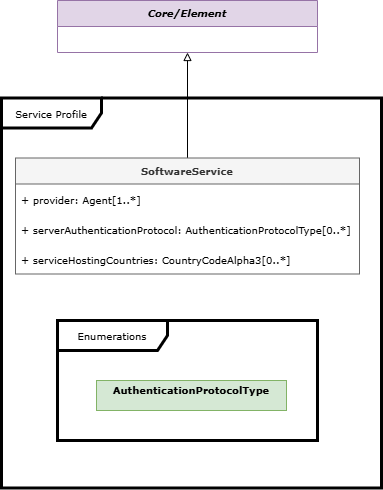
Earlier version of the draw.io export images/model-Service.png (spdx/spdx-3-model). Source tidied: cells renumbered, new cells last; positions are measured from the earlier drawing's top-left corner, leaving out a move shared by most shapes.
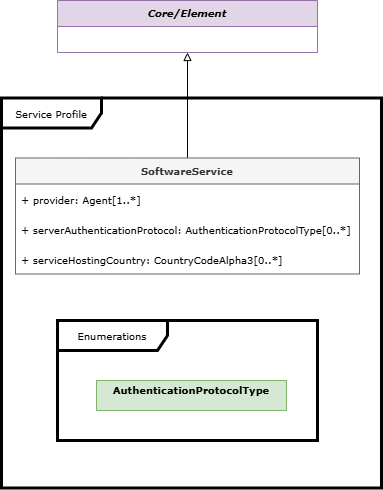
Later version of the same file.

Commit message:
Update diagrams per review comments

What changed in the source:
```diff
@@ -20,7 +20,7 @@
     <mxCell id="7" value="+ serverAuthenticationProtocol:&amp;nbsp;AuthenticationProtocolType[0..*]" style="text;strokeColor=none;fillColor=none;align=left;verticalAlign=middle;spacingLeft=4;spacingRight=4;overflow=hidden;whiteSpace=wrap;html=1;fontFamily=Verdana;fontSize=10;" parent="5" vertex="1">
       <mxGeometry y="56" width="344" height="30" as="geometry" />
     </mxCell>
-    <mxCell id="8" value="+ serviceHostingCountries: CountryCodeAlpha3[0..*]" style="text;strokeColor=none;fillColor=none;align=left;verticalAlign=middle;spacingLeft=4;spacingRight=4;overflow=hidden;whiteSpace=wrap;html=1;fontFamily=Verdana;fontSize=10;" parent="5" vertex="1">
+    <mxCell id="8" value="+ serviceHostingCountry: CountryCodeAlpha3[0..*]" style="text;strokeColor=none;fillColor=none;align=left;verticalAlign=middle;spacingLeft=4;spacingRight=4;overflow=hidden;whiteSpace=wrap;html=1;fontFamily=Verdana;fontSize=10;" parent="5" vertex="1">
       <mxGeometry y="86" width="344" height="30" as="geometry" />
     </mxCell>
     <mxCell id="9" value="Enumerations" style="shape=umlFrame;whiteSpace=wrap;html=1;width=110;height=30;strokeWidth=3;fontFamily=Verdana;fontSize=10;fontStyle=0;" parent="1" vertex="1">
```
